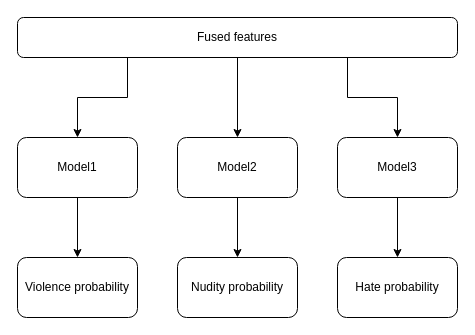
The draw.io diagram machine-learning/image/machine-learning-system-design-1/harmful-content-detection-4.drawio in riehseun/riehseun.github.io, before the edit. Source tidied: cells renumbered, new cells numbered last; positions are measured from the earlier drawing's top-left corner, leaving out a move shared by most shapes. Both pictures are drawn from the tidied source at 100%, with x=0, y=0 at pixel (17, 17).
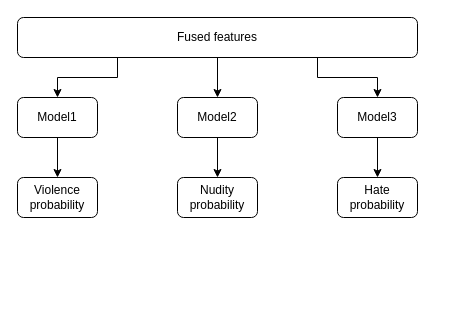
After the change.

What changed in the source:
```diff
@@
 <mxGraphModel>
   <root>
     <mxCell id="0" />
     <mxCell id="1" parent="0" />
     <mxCell id="2" value="Nudity probability" style="rounded=1;whiteSpace=wrap;html=1;" parent="1" vertex="1">
-      <mxGeometry x="160" y="240" width="120" height="60" as="geometry" />
+      <mxGeometry x="160" y="160" width="80" height="40" as="geometry" />
     </mxCell>
     <mxCell id="3" style="edgeStyle=orthogonalEdgeStyle;rounded=0;jettySize=auto;html=1;exitX=0.5;exitY=1;exitDx=0;exitDy=0;entryX=0.5;entryY=0;entryDx=0;entryDy=0;" parent="1" edge="1" source="4" target="13">
       <mxGeometry relative="1" as="geometry" />
     </mxCell>
     <mxCell id="4" value="Model1" style="rounded=1;whiteSpace=wrap;html=1;" parent="1" vertex="1">
-      <mxGeometry y="120" width="120" height="60" as="geometry" />
+      <mxGeometry y="80" width="80" height="40" as="geometry" />
     </mxCell>
+    <mxCell id="6" style="edgeStyle=orthogonalEdgeStyle;rounded=0;jettySize=auto;html=1;exitX=0.5;exitY=1;exitDx=0;exitDy=0;entryX=0.5;entryY=0;entryDx=0;entryDy=0;" parent="1" edge="1" source="8" target="10">
+      <mxGeometry relative="1" as="geometry" />
+    </mxCell>
     <mxCell id="5" style="edgeStyle=orthogonalEdgeStyle;rounded=0;jettySize=auto;html=1;exitX=0.25;exitY=1;exitDx=0;exitDy=0;entryX=0.5;entryY=0;entryDx=0;entryDy=0;" parent="1" edge="1" source="8" target="4">
       <mxGeometry relative="1" as="geometry" />
     </mxCell>
-    <mxCell id="6" style="edgeStyle=orthogonalEdgeStyle;rounded=0;jettySize=auto;html=1;exitX=0.5;exitY=1;exitDx=0;exitDy=0;entryX=0.5;entryY=0;entryDx=0;entryDy=0;" parent="1" edge="1" source="8" target="10">
-      <mxGeometry relative="1" as="geometry" />
-    </mxCell>
-    <mxCell id="7" style="edgeStyle=orthogonalEdgeStyle;rounded=0;jettySize=auto;html=1;exitX=0.75;exitY=1;exitDx=0;exitDy=0;" parent="1" edge="1" source="8" target="12">
+    <mxCell id="7" style="edgeStyle=orthogonalEdgeStyle;rounded=0;jettySize=auto;html=1;exitX=0.75;exitY=1;exitDx=0;exitDy=0;entryX=0.5;entryY=0;entryDx=0;entryDy=0;" parent="1" edge="1" source="8" target="12">
       <mxGeometry relative="1" as="geometry" />
     </mxCell>
     <mxCell id="8" value="Fused features" style="rounded=1;whiteSpace=wrap;html=1;" parent="1" vertex="1">
-      <mxGeometry width="440" height="40" as="geometry" />
+      <mxGeometry width="400" height="40" as="geometry" />
     </mxCell>
     <mxCell id="9" style="edgeStyle=orthogonalEdgeStyle;rounded=0;jettySize=auto;html=1;exitX=0.5;exitY=1;exitDx=0;exitDy=0;entryX=0.5;entryY=0;entryDx=0;entryDy=0;" parent="1" edge="1" source="10" target="2">
       <mxGeometry relative="1" as="geometry" />
     </mxCell>
     <mxCell id="10" value="Model2" style="rounded=1;whiteSpace=wrap;html=1;" parent="1" vertex="1">
-      <mxGeometry x="160" y="120" width="120" height="60" as="geometry" />
+      <mxGeometry x="160" y="80" width="80" height="40" as="geometry" />
     </mxCell>
     <mxCell id="11" style="edgeStyle=orthogonalEdgeStyle;rounded=0;jettySize=auto;html=1;exitX=0.5;exitY=1;exitDx=0;exitDy=0;entryX=0.5;entryY=0;entryDx=0;entryDy=0;" parent="1" edge="1" source="12" target="14">
       <mxGeometry relative="1" as="geometry" />
     </mxCell>
     <mxCell id="12" value="Model3" style="rounded=1;whiteSpace=wrap;html=1;" parent="1" vertex="1">
-      <mxGeometry x="320" y="120" width="120" height="60" as="geometry" />
+      <mxGeometry x="320" y="80" width="80" height="40" as="geometry" />
     </mxCell>
     <mxCell id="13" value="Violence probability" style="rounded=1;whiteSpace=wrap;html=1;" parent="1" vertex="1">
-      <mxGeometry y="240" width="120" height="60" as="geometry" />
+      <mxGeometry y="160" width="80" height="40" as="geometry" />
     </mxCell>
     <mxCell id="14" value="Hate probability" style="rounded=1;whiteSpace=wrap;html=1;" parent="1" vertex="1">
-      <mxGeometry x="320" y="240" width="120" height="60" as="geometry" />
+      <mxGeometry x="320" y="160" width="80" height="40" as="geometry" />
     </mxCell>
   </root>
 </mxGraphModel>
```
